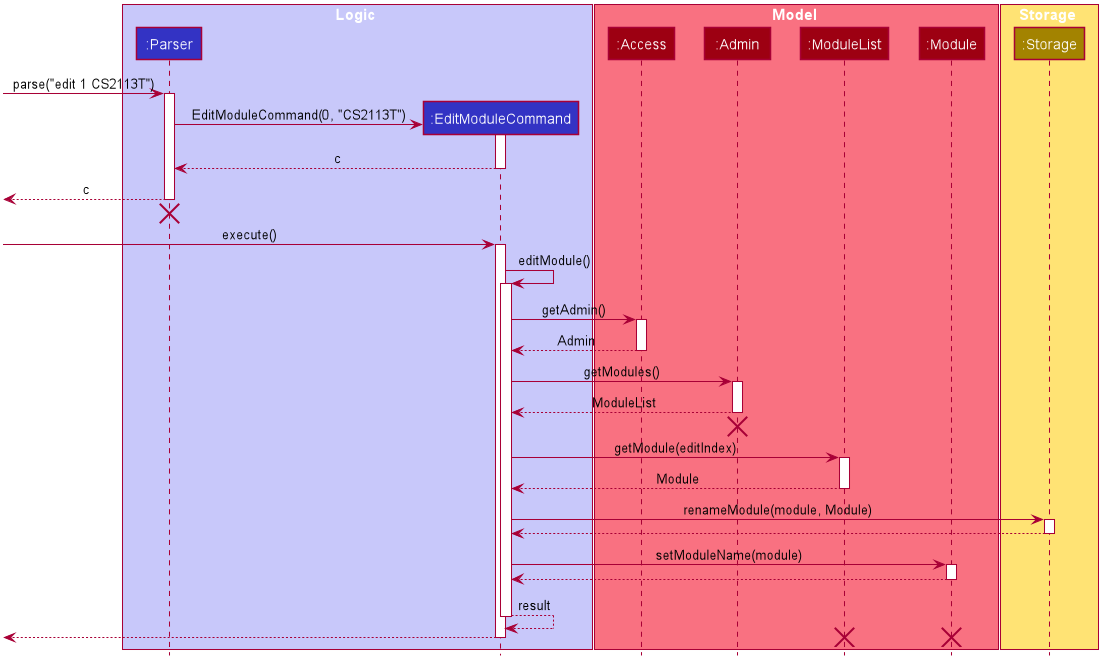
Before: docs/DG_Images/EditModuleSequenceDiagram.png, a diagram exported from PlantUML (nus-cs2113-AY2021S1/tp). Its diagram source:
```plantuml
@startuml








skinparam BackgroundColor #FFFFFFF

skinparam Shadowing false

skinparam Class {
    FontColor #FFFFFF
    BorderThickness 1
    BorderColor #FFFFFF
    StereotypeFontColor #FFFFFF
    FontName Arial
}

skinparam Actor {
    BorderColor #000000
    Color #000000
    FontName Arial
}

skinparam Sequence {
    MessageAlign center
    BoxFontSize 15
    BoxPadding 0
    BoxFontColor #FFFFFF
    FontName Arial
}

skinparam Participant {
    FontColor #FFFFFFF
    Padding 20
}

skinparam MinClassWidth 50
skinparam ParticipantPadding 10
skinparam Shadowing false
skinparam DefaultTextAlignment center
skinparam packageStyle Rectangle

hide footbox
hide members
hide circle

box Logic #C8C8FA
participant ":Parser" as Parser #3333C4
participant ":EditModuleCommand" as EditModuleCommand #3333C4
end box

box Model #F97181
participant ":Access" as Access #9D0012
participant ":Admin" as Admin #9D0012
participant ":ModuleList" as ModuleList #9D0012
participant ":Module" as Module #9D0012
end box

box Storage #FFE374
participant ":Storage" as Storage #A38300
end box

[-> Parser : parse("edit 1 CS2113T")
activate Parser

create EditModuleCommand
Parser -> EditModuleCommand : EditModuleCommand(0, "CS2113T")
activate EditModuleCommand

EditModuleCommand --> Parser : c
deactivate EditModuleCommand

[<-- Parser : c
deactivate Parser
[<-[hidden]- Parser
destroy Parser

[-> EditModuleCommand : execute()
activate EditModuleCommand

EditModuleCommand -> EditModuleCommand : editModule()
activate EditModuleCommand

EditModuleCommand -> Access : getAdmin()
activate Access

Access --> EditModuleCommand : Admin
deactivate Access

EditModuleCommand -> Admin : getModules()
activate Admin

Admin --> EditModuleCommand : ModuleList
deactivate Admin
[<-[hidden]- EditModuleCommand
destroy Admin

EditModuleCommand -> ModuleList : getModule(editIndex)
activate ModuleList

ModuleList --> EditModuleCommand : Module
deactivate ModuleList

EditModuleCommand -> Storage : renameModule(module, Module)
activate Storage

Storage --> EditModuleCommand
deactivate Storage

EditModuleCommand -> Module : setModuleName(module)
activate Module

Module --> EditModuleCommand
deactivate Module

EditModuleCommand --> EditModuleCommand : result
deactivate EditModuleCommand

[<-- EditModuleCommand
deactivate EditModuleCommand

destroy ModuleList
destroy Module
@enduml
```
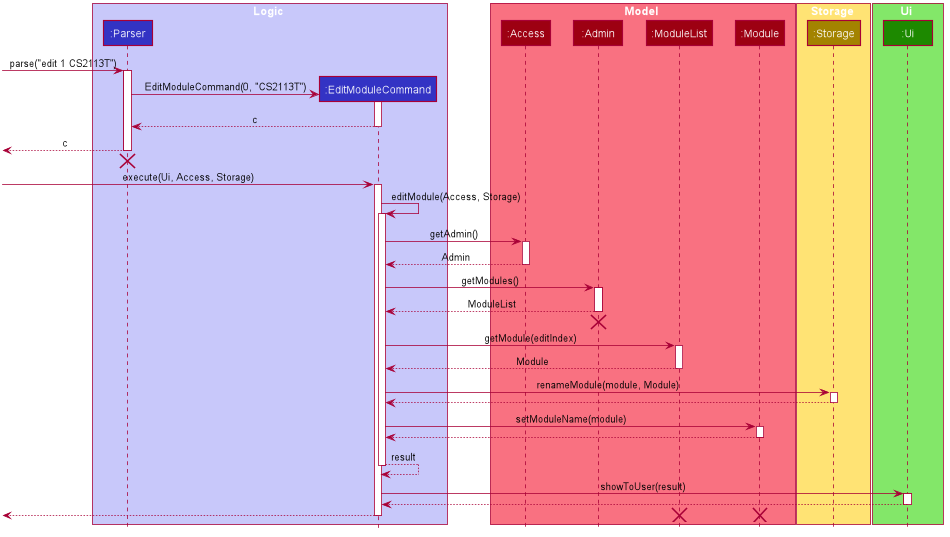
After the change.

The edit, as a diff of the source:
```diff
@@ -64,6 +64,10 @@
 participant ":Storage" as Storage #A38300
 end box
 
+box Ui #83E769
+participant ":Ui" as Ui #1D8900
+end box
+
 [-> Parser : parse("edit 1 CS2113T")
 activate Parser
 
@@ -79,10 +83,10 @@
 [<-[hidden]- Parser
 destroy Parser
 
-[-> EditModuleCommand : execute()
+[-> EditModuleCommand : execute(Ui, Access, Storage)
 activate EditModuleCommand
 
-EditModuleCommand -> EditModuleCommand : editModule()
+EditModuleCommand -> EditModuleCommand : editModule(Access, Storage)
 activate EditModuleCommand
 
 EditModuleCommand -> Access : getAdmin()
@@ -120,6 +124,12 @@
 EditModuleCommand --> EditModuleCommand : result
 deactivate EditModuleCommand
 
+EditModuleCommand -> Ui : showToUser(result)
+activate Ui
+
+Ui --> EditModuleCommand
+deactivate Ui
+
 [<-- EditModuleCommand
 deactivate EditModuleCommand
 
```
